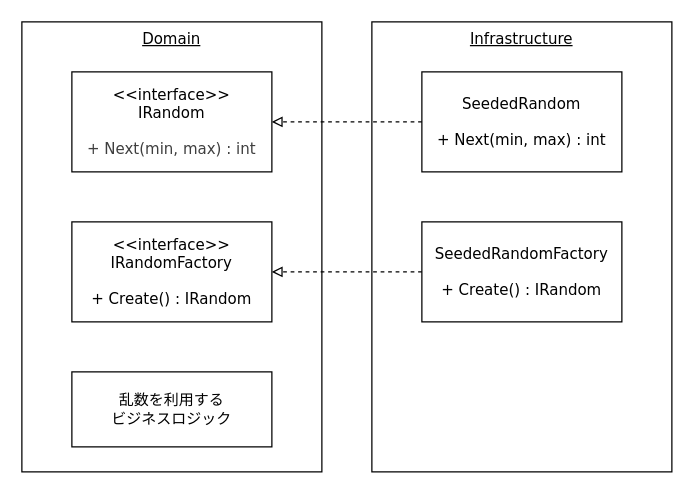
This is page "Page-1" (1 of 2) of articles/4624baa67a9acc/random.drawio from ushibutatory/tech-images, a draw.io file, before an edit. Source tidied: cells renumbered, new cells numbered last; positions are measured from the earlier drawing's top-left corner, leaving out a move shared by most shapes. Both pictures are drawn from the tidied source at 125%, with x=0, y=0 at pixel (21, 21).
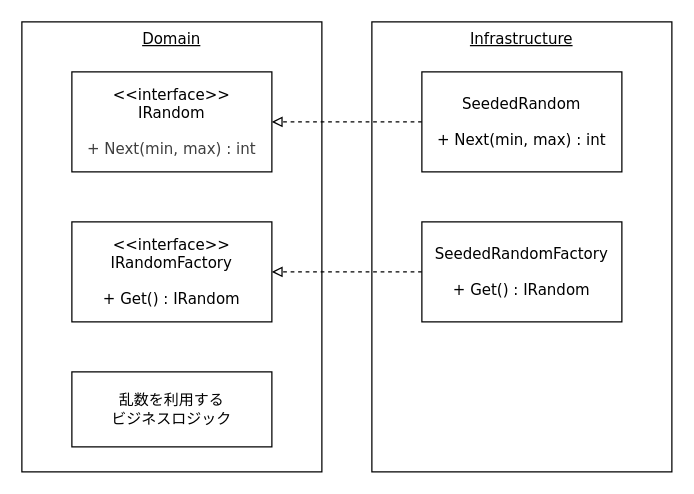
After the change.

Diff of the diagram source:
```diff
@@
 <mxGraphModel background="#ffffff">
   <root>
     <mxCell id="0" />
     <mxCell id="1" parent="0" />
     <mxCell id="2" value="Domain" style="rounded=0;whiteSpace=wrap;html=1;verticalAlign=top;fontStyle=4;fontFamily=Verdana;" parent="1" vertex="1">
       <mxGeometry width="240" height="360" as="geometry" />
     </mxCell>
     <mxCell id="3" value="Infrastructure" style="rounded=0;whiteSpace=wrap;html=1;verticalAlign=top;fontStyle=4;fontFamily=Verdana;" parent="1" vertex="1">
       <mxGeometry x="280" width="240" height="360" as="geometry" />
     </mxCell>
     <mxCell id="4" value="&amp;lt;&amp;lt;interface&amp;gt;&amp;gt;&lt;div&gt;IRandom&lt;br&gt;&lt;/div&gt;&lt;div&gt;&lt;span style=&quot;color: rgb(63, 63, 63); background-color: transparent;&quot;&gt;&lt;br&gt;+ Next(min, max) : int&lt;/span&gt;&lt;/div&gt;" style="rounded=0;whiteSpace=wrap;html=1;fontFamily=Verdana;" parent="1" vertex="1">
       <mxGeometry x="40" y="40" width="160" height="80" as="geometry" />
     </mxCell>
-    <mxCell id="5" value="&amp;lt;&amp;lt;interface&amp;gt;&amp;gt;&lt;div&gt;IRandomFactory&lt;/div&gt;&lt;div&gt;&lt;br&gt;&lt;/div&gt;&lt;div&gt;+ Create() : IRandom&lt;/div&gt;" style="rounded=0;whiteSpace=wrap;html=1;fontFamily=Verdana;" parent="1" vertex="1">
+    <mxCell id="5" value="&amp;lt;&amp;lt;interface&amp;gt;&amp;gt;&lt;div&gt;IRandomFactory&lt;/div&gt;&lt;div&gt;&lt;br&gt;&lt;/div&gt;&lt;div&gt;+ Get() : IRandom&lt;/div&gt;" style="rounded=0;whiteSpace=wrap;html=1;fontFamily=Verdana;" parent="1" vertex="1">
       <mxGeometry x="40" y="160" width="160" height="80" as="geometry" />
     </mxCell>
     <mxCell id="6" value="乱数を利用する&lt;br&gt;ビジネスロジック" style="rounded=0;whiteSpace=wrap;html=1;fontFamily=Verdana;" parent="1" vertex="1">
       <mxGeometry x="40" y="280" width="160" height="60" as="geometry" />
     </mxCell>
     <mxCell id="7" value="&lt;div&gt;SeededRandom&lt;/div&gt;&lt;div&gt;&lt;br&gt;&lt;/div&gt;&lt;div&gt;+ Next(min, max) : int&lt;/div&gt;" style="rounded=0;whiteSpace=wrap;html=1;fontFamily=Verdana;" parent="1" vertex="1">
       <mxGeometry x="320" y="40" width="160" height="80" as="geometry" />
     </mxCell>
-    <mxCell id="8" value="&lt;div&gt;SeededRandomFactory&lt;/div&gt;&lt;div&gt;&lt;br&gt;&lt;/div&gt;&lt;div&gt;+ Create() : IRandom&lt;/div&gt;" style="rounded=0;whiteSpace=wrap;html=1;fontFamily=Verdana;" parent="1" vertex="1">
+    <mxCell id="8" value="&lt;div&gt;SeededRandomFactory&lt;/div&gt;&lt;div&gt;&lt;br&gt;&lt;/div&gt;&lt;div&gt;+ Get() : IRandom&lt;/div&gt;" style="rounded=0;whiteSpace=wrap;html=1;fontFamily=Verdana;" parent="1" vertex="1">
       <mxGeometry x="320" y="160" width="160" height="80" as="geometry" />
     </mxCell>
     <mxCell id="9" style="endArrow=block;html=1;endFill=0;dashed=1;fontFamily=Verdana;" parent="1" edge="1" source="7" target="4">
       <mxGeometry relative="1" as="geometry" />
     </mxCell>
     <mxCell id="10" style="endArrow=block;html=1;endFill=0;dashed=1;fontFamily=Verdana;" parent="1" edge="1" source="8" target="5">
       <mxGeometry relative="1" as="geometry" />
     </mxCell>
   </root>
 </mxGraphModel>
```
